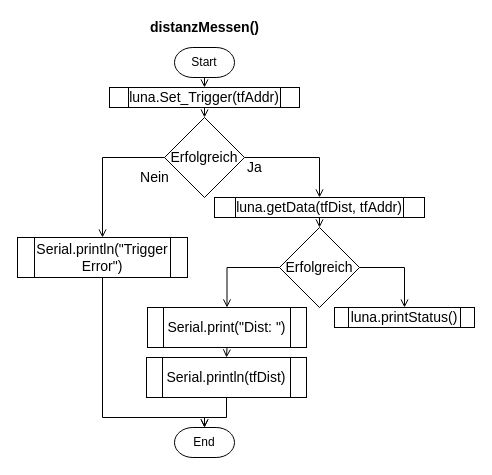
This is diagrams/distanzMessen.drawio from DanielSteinhauser/lidar-auto, a draw.io file, before an edit. Source tidied: cells renumbered, new cells numbered last; positions are measured from the earlier drawing's top-left corner, leaving out a move shared by most shapes. Both pictures are drawn from the tidied source at 100%, with x=0, y=0 at pixel (17, 17).
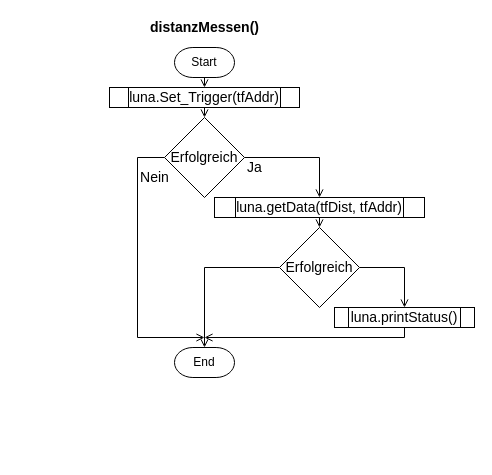
After the change.

Unchanged cells that the change refers to:
```xml
<mxCell id="9" value="Erfolgreich" style="rhombus;whiteSpace=wrap;html=1;fontSize=14;" parent="1" vertex="1">
  <mxGeometry x="147" y="100" width="80" height="80" as="geometry" />
</mxCell>
<mxCell id="15" value="Erfolgreich" style="rhombus;whiteSpace=wrap;html=1;fontSize=14;" parent="1" vertex="1">
  <mxGeometry x="262" y="210" width="80" height="80" as="geometry" />
</mxCell>
<mxCell id="16" value="luna.printStatus()" style="shape=process;whiteSpace=wrap;html=1;backgroundOutline=1;fontSize=14;" parent="1" vertex="1">
  <mxGeometry x="317" y="290" width="140" height="20" as="geometry" />
</mxCell>
```

Change to the diagram source:
```diff
@@
-    <mxCell id="8" style="edgeStyle=orthogonalEdgeStyle;rounded=0;jettySize=auto;html=1;exitX=0;exitY=0.5;exitDx=0;exitDy=0;entryX=0.5;entryY=0;entryDx=0;entryDy=0;fontSize=14;endArrow=open;endFill=0;" parent="1" edge="1" source="9" target="19">
-      <mxGeometry relative="1" as="geometry" />
-    </mxCell>
+    <mxCell id="25" style="edgeStyle=orthogonalEdgeStyle;rounded=0;jettySize=auto;html=1;exitX=0;exitY=0.5;exitDx=0;exitDy=0;endArrow=open;endFill=0;" parent="1" edge="1" source="9">
+      <mxGeometry relative="1" as="geometry">
+        <mxPoint x="187" y="320" as="targetPoint" />
+        <Array as="points">
+          <mxPoint x="120" y="140" />
+          <mxPoint x="120" y="320" />
+        </Array>
+      </mxGeometry>
+    </mxCell>
@@
-    <mxCell id="14" style="edgeStyle=orthogonalEdgeStyle;rounded=0;jettySize=auto;html=1;exitX=0;exitY=0.5;exitDx=0;exitDy=0;entryX=0.5;entryY=0;entryDx=0;entryDy=0;fontSize=14;endArrow=open;endFill=0;" parent="1" edge="1" source="15" target="23">
-      <mxGeometry relative="1" as="geometry" />
-    </mxCell>
+    <mxCell id="26" style="edgeStyle=orthogonalEdgeStyle;rounded=0;jettySize=auto;html=1;exitX=0;exitY=0.5;exitDx=0;exitDy=0;entryX=0.5;entryY=0;entryDx=0;entryDy=0;entryPerimeter=0;endArrow=open;endFill=0;" parent="1" edge="1" source="15" target="24">
+      <mxGeometry relative="1" as="geometry">
+        <Array as="points">
+          <mxPoint x="187" y="250" />
+        </Array>
+      </mxGeometry>
+    </mxCell>
@@
+    <mxCell id="27" style="edgeStyle=orthogonalEdgeStyle;rounded=0;jettySize=auto;html=1;exitX=0.5;exitY=1;exitDx=0;exitDy=0;endArrow=open;endFill=0;" parent="1" edge="1" source="16">
+      <mxGeometry relative="1" as="geometry">
+        <mxPoint x="187" y="320" as="targetPoint" />
+        <Array as="points">
+          <mxPoint x="387" y="320" />
+          <mxPoint x="187" y="320" />
+        </Array>
+      </mxGeometry>
+    </mxCell>
@@
-    <mxCell id="18" style="edgeStyle=orthogonalEdgeStyle;rounded=0;jettySize=auto;html=1;exitX=0.5;exitY=1;exitDx=0;exitDy=0;entryX=0.5;entryY=0;entryDx=0;entryDy=0;entryPerimeter=0;fontSize=14;endArrow=open;endFill=0;" parent="1" edge="1" source="19" target="24">
-      <mxGeometry relative="1" as="geometry">
-        <Array as="points">
-          <mxPoint x="85" y="400" />
-          <mxPoint x="187" y="400" />
-        </Array>
-      </mxGeometry>
-    </mxCell>
-    <mxCell id="19" value="Serial.println(&quot;Trigger Error&quot;)" style="shape=process;whiteSpace=wrap;html=1;backgroundOutline=1;fontSize=14;" parent="1" vertex="1">
-      <mxGeometry y="220" width="170" height="40" as="geometry" />
-    </mxCell>
-    <mxCell id="20" style="edgeStyle=orthogonalEdgeStyle;rounded=0;jettySize=auto;html=1;exitX=0.5;exitY=1;exitDx=0;exitDy=0;entryX=0.5;entryY=0;entryDx=0;entryDy=0;entryPerimeter=0;fontSize=14;endArrow=open;endFill=0;" parent="1" edge="1" source="21" target="24">
-      <mxGeometry relative="1" as="geometry">
-        <Array as="points">
-          <mxPoint x="209" y="400" />
-          <mxPoint x="187" y="400" />
-        </Array>
-      </mxGeometry>
-    </mxCell>
-    <mxCell id="21" value="Serial.println(tfDist)" style="shape=process;whiteSpace=wrap;html=1;backgroundOutline=1;fontSize=14;" parent="1" vertex="1">
-      <mxGeometry x="129" y="340" width="160" height="40" as="geometry" />
-    </mxCell>
-    <mxCell id="22" style="edgeStyle=orthogonalEdgeStyle;rounded=0;jettySize=auto;html=1;exitX=0.5;exitY=1;exitDx=0;exitDy=0;entryX=0.5;entryY=0;entryDx=0;entryDy=0;fontSize=14;endArrow=open;endFill=0;" parent="1" edge="1" source="23" target="21">
-      <mxGeometry relative="1" as="geometry" />
-    </mxCell>
-    <mxCell id="23" value="Serial.print(&quot;Dist: &quot;)" style="shape=process;whiteSpace=wrap;html=1;backgroundOutline=1;fontSize=14;" parent="1" vertex="1">
-      <mxGeometry x="130" y="290" width="159" height="40" as="geometry" />
-    </mxCell>
     <mxCell id="24" value="End" style="strokeWidth=1;html=1;shape=mxgraph.flowchart.terminator;whiteSpace=wrap;rounded=1;labelBackgroundColor=none;labelBorderColor=none;" parent="1" vertex="1">
-      <mxGeometry x="157" y="410" width="60" height="30" as="geometry" />
+      <mxGeometry x="157" y="330" width="60" height="30" as="geometry" />
     </mxCell>
```
